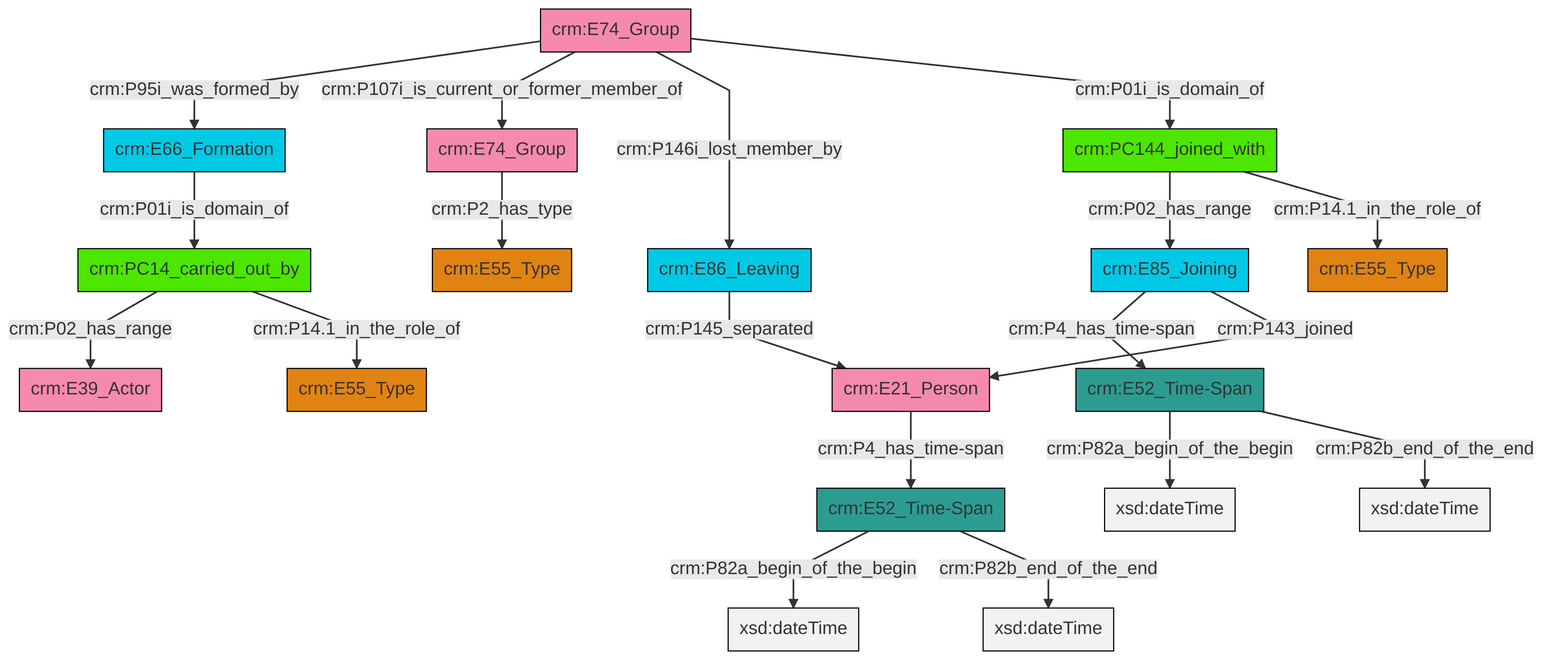
The Mermaid diagram et/groupCSV/ttl/mmd/png/group_actor_relations.png in swiss-art-research-net/reference-data-models, before a commit. Its source is kept beside it as et/groupCSV/ttl/mmd/group_actor_relations.ttl.mmd.
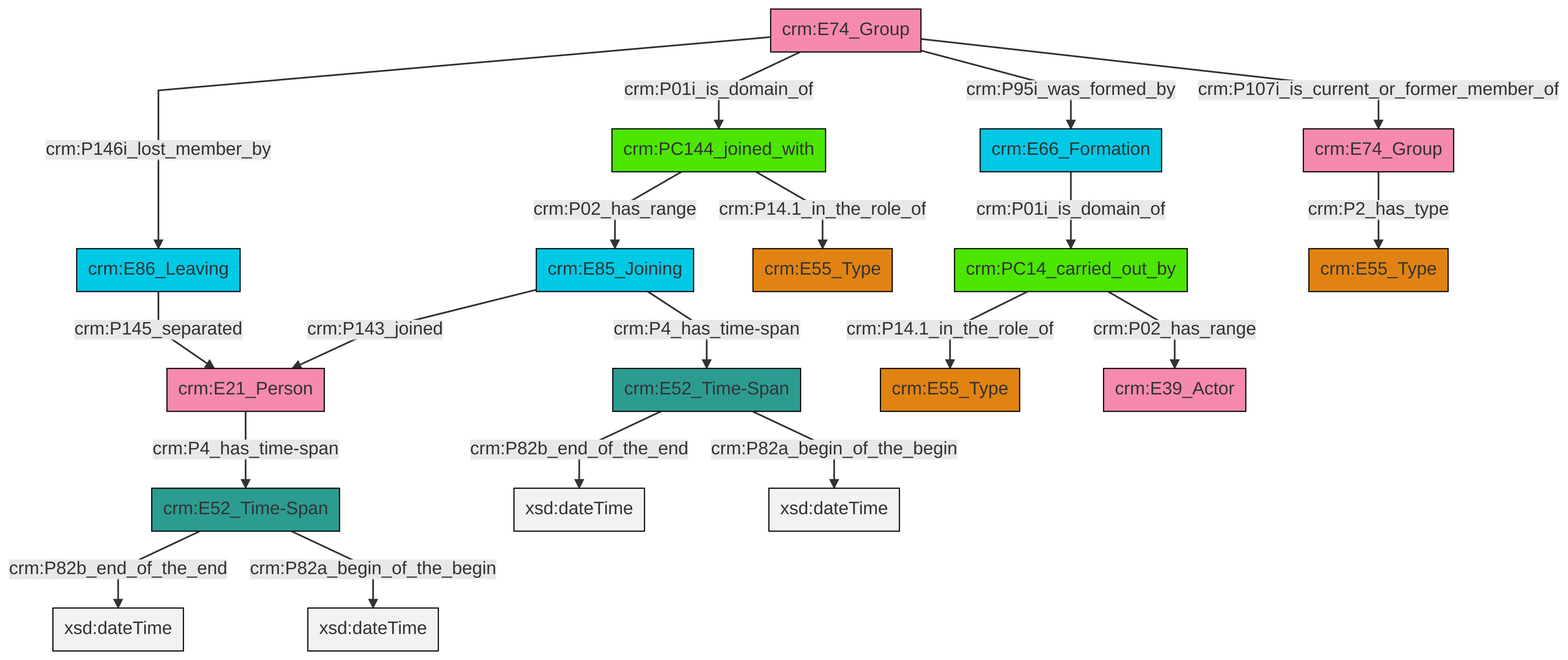
The same file after the commit.

Diff of the diagram source:
```diff
@@ -13,21 +13,21 @@
 classDef PC_Classes fill:#4ce600, stroke:#000000;
 classDef Multi fill:#cccccc,stroke:#000000;
 
-0["crm:E52_Time-Span"]:::Time-Span -->|crm:P82a_begin_of_the_begin| 1[xsd:dateTime]:::Literal
-0["crm:E52_Time-Span"]:::Time-Span -->|crm:P82b_end_of_the_end| 2[xsd:dateTime]:::Literal
-7["crm:PC14_carried_out_by"]:::PC_Classes -->|crm:P02_has_range| 8["crm:E39_Actor"]:::Actor
-9["crm:E86_Leaving"]:::Temporal_Entity -->|crm:P145_separated| 10["crm:E21_Person"]:::Actor
-18["crm:E52_Time-Span"]:::Time-Span -->|crm:P82a_begin_of_the_begin| 19[xsd:dateTime]:::Literal
-7["crm:PC14_carried_out_by"]:::PC_Classes -->|crm:P14.1_in_the_role_of| 16["crm:E55_Type"]:::Type
-5["crm:E74_Group"]:::Actor -->|crm:P2_has_type| 20["crm:E55_Type"]:::Type
-10["crm:E21_Person"]:::Actor -->|crm:P4_has_time-span| 0["crm:E52_Time-Span"]:::Time-Span
-21["crm:E74_Group"]:::Actor -->|crm:P95i_was_formed_by| 22["crm:E66_Formation"]:::Temporal_Entity
-21["crm:E74_Group"]:::Actor -->|crm:P107i_is_current_or_former_member_of| 5["crm:E74_Group"]:::Actor
-3["crm:E85_Joining"]:::Temporal_Entity -->|crm:P4_has_time-span| 18["crm:E52_Time-Span"]:::Time-Span
-3["crm:E85_Joining"]:::Temporal_Entity -->|crm:P143_joined| 10["crm:E21_Person"]:::Actor
-21["crm:E74_Group"]:::Actor -->|crm:P146i_lost_member_by| 9["crm:E86_Leaving"]:::Temporal_Entity
-13["crm:PC144_joined_with"]:::PC_Classes -->|crm:P02_has_range| 3["crm:E85_Joining"]:::Temporal_Entity
-21["crm:E74_Group"]:::Actor -->|crm:P01i_is_domain_of| 13["crm:PC144_joined_with"]:::PC_Classes
-13["crm:PC144_joined_with"]:::PC_Classes -->|crm:P14.1_in_the_role_of| 11["crm:E55_Type"]:::Type
-18["crm:E52_Time-Span"]:::Time-Span -->|crm:P82b_end_of_the_end| 30[xsd:dateTime]:::Literal
-22["crm:E66_Formation"]:::Temporal_Entity -->|crm:P01i_is_domain_of| 7["crm:PC14_carried_out_by"]:::PC_Classes
+0["crm:E85_Joining"]:::Temporal_Entity -->|crm:P143_joined| 1["crm:E21_Person"]:::Actor
+2["crm:E66_Formation"]:::Temporal_Entity -->|crm:P01i_is_domain_of| 3["crm:PC14_carried_out_by"]:::PC_Classes
+4["crm:E52_Time-Span"]:::Time-Span -->|crm:P82b_end_of_the_end| 5[xsd:dateTime]:::Literal
+15["crm:E86_Leaving"]:::Temporal_Entity -->|crm:P145_separated| 1["crm:E21_Person"]:::Actor
+9["crm:E52_Time-Span"]:::Time-Span -->|crm:P82b_end_of_the_end| 18[xsd:dateTime]:::Literal
+19["crm:PC144_joined_with"]:::PC_Classes -->|crm:P14.1_in_the_role_of| 6["crm:E55_Type"]:::Type
+20["crm:E74_Group"]:::Actor -->|crm:P01i_is_domain_of| 19["crm:PC144_joined_with"]:::PC_Classes
+19["crm:PC144_joined_with"]:::PC_Classes -->|crm:P02_has_range| 0["crm:E85_Joining"]:::Temporal_Entity
+20["crm:E74_Group"]:::Actor -->|crm:P146i_lost_member_by| 15["crm:E86_Leaving"]:::Temporal_Entity
+3["crm:PC14_carried_out_by"]:::PC_Classes -->|crm:P02_has_range| 24["crm:E39_Actor"]:::Actor
+20["crm:E74_Group"]:::Actor -->|crm:P95i_was_formed_by| 2["crm:E66_Formation"]:::Temporal_Entity
+9["crm:E52_Time-Span"]:::Time-Span -->|crm:P82a_begin_of_the_begin| 29[xsd:dateTime]:::Literal
+20["crm:E74_Group"]:::Actor -->|crm:P107i_is_current_or_former_member_of| 27["crm:E74_Group"]:::Actor
+4["crm:E52_Time-Span"]:::Time-Span -->|crm:P82a_begin_of_the_begin| 30[xsd:dateTime]:::Literal
+27["crm:E74_Group"]:::Actor -->|crm:P2_has_type| 21["crm:E55_Type"]:::Type
+1["crm:E21_Person"]:::Actor -->|crm:P4_has_time-span| 4["crm:E52_Time-Span"]:::Time-Span
+0["crm:E85_Joining"]:::Temporal_Entity -->|crm:P4_has_time-span| 9["crm:E52_Time-Span"]:::Time-Span
+3["crm:PC14_carried_out_by"]:::PC_Classes -->|crm:P14.1_in_the_role_of| 12["crm:E55_Type"]:::Type
```
